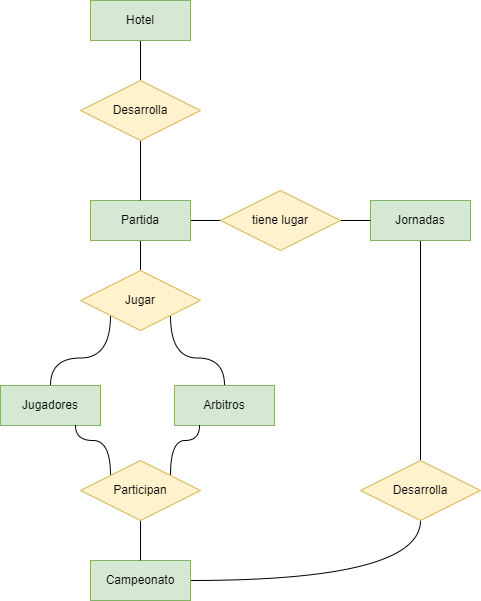
Before: Unidad-1/Tareas/Tarea-evaluable2/tarea_evaluable2.drawio.png, a diagram exported from draw.io (jdrguez/2-Daw). Source tidied: cells renumbered, new cells last; positions are measured from the earlier drawing's top-left corner, leaving out a move shared by most shapes.
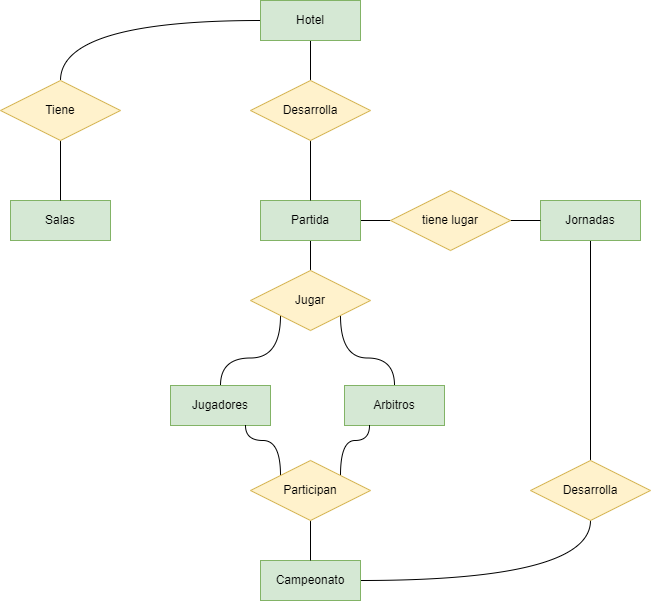
After the commit.

Diff of the diagram source:
```diff
@@ -29,6 +29,9 @@
     <mxCell id="10" style="edgeStyle=orthogonalEdgeStyle;rounded=0;jettySize=auto;html=1;exitX=0.5;exitY=1;exitDx=0;exitDy=0;entryX=0.5;entryY=0;entryDx=0;entryDy=0;endArrow=none;endFill=0;" parent="1" edge="1" source="11" target="13">
       <mxGeometry relative="1" as="geometry" />
     </mxCell>
+    <mxCell id="25" style="edgeStyle=orthogonalEdgeStyle;rounded=0;jettySize=auto;html=1;exitX=0;exitY=0.5;exitDx=0;exitDy=0;entryX=0.5;entryY=0;entryDx=0;entryDy=0;curved=1;endArrow=none;endFill=0;" parent="1" edge="1" source="11" target="28">
+      <mxGeometry relative="1" as="geometry" />
+    </mxCell>
     <mxCell id="11" value="Hotel" style="whiteSpace=wrap;html=1;align=center;fillColor=#d5e8d4;strokeColor=#82b366;" parent="1" vertex="1">
       <mxGeometry x="90" width="100" height="40" as="geometry" />
     </mxCell>
@@ -71,5 +74,14 @@
     <mxCell id="24" value="tiene lugar" style="shape=rhombus;perimeter=rhombusPerimeter;whiteSpace=wrap;html=1;align=center;fillColor=#fff2cc;strokeColor=#d6b656;" parent="1" vertex="1">
       <mxGeometry x="220" y="190" width="120" height="60" as="geometry" />
     </mxCell>
+    <mxCell id="26" value="Salas" style="whiteSpace=wrap;html=1;align=center;fillColor=#d5e8d4;strokeColor=#82b366;" parent="1" vertex="1">
+      <mxGeometry x="-160" y="200" width="100" height="40" as="geometry" />
+    </mxCell>
+    <mxCell id="27" style="edgeStyle=orthogonalEdgeStyle;rounded=0;jettySize=auto;html=1;exitX=0.5;exitY=1;exitDx=0;exitDy=0;entryX=0.5;entryY=0;entryDx=0;entryDy=0;endArrow=none;endFill=0;" parent="1" edge="1" source="28" target="26">
+      <mxGeometry relative="1" as="geometry" />
+    </mxCell>
+    <mxCell id="28" value="Tiene" style="shape=rhombus;perimeter=rhombusPerimeter;whiteSpace=wrap;html=1;align=center;fillColor=#fff2cc;strokeColor=#d6b656;" parent="1" vertex="1">
+      <mxGeometry x="-170" y="80" width="120" height="60" as="geometry" />
+    </mxCell>
   </root>
 </mxGraphModel>
```
